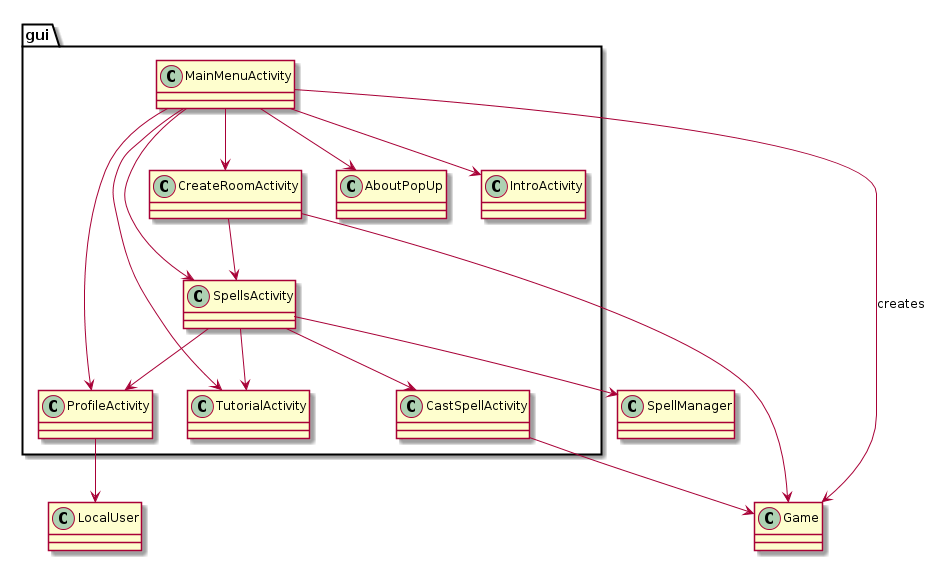
This is diagrams/class_diagram/gui.png from Solero93/Beer-Wizard, a PlantUML export, as it was before one commit. Source of this version:
```plantuml
@startuml
package gui{
	MainMenuActivity  -->  IntroActivity
	MainMenuActivity  -->  SpellsActivity
	MainMenuActivity  -->  CreateRoomActivity
	MainMenuActivity  -->  ProfileActivity
	MainMenuActivity  -->  TutorialActivity
	MainMenuActivity  -->  AboutPopUp
	CreateRoomActivity  -->  SpellsActivity
	SpellsActivity  -->  ProfileActivity
	SpellsActivity  -->  TutorialActivity
	SpellsActivity  -->  CastSpellActivity
}

MainMenuActivity --> Game : creates
CreateRoomActivity --> Game

SpellsActivity  -->  SpellManager
ProfileActivity --> LocalUser
CastSpellActivity --> Game

@enduml
```
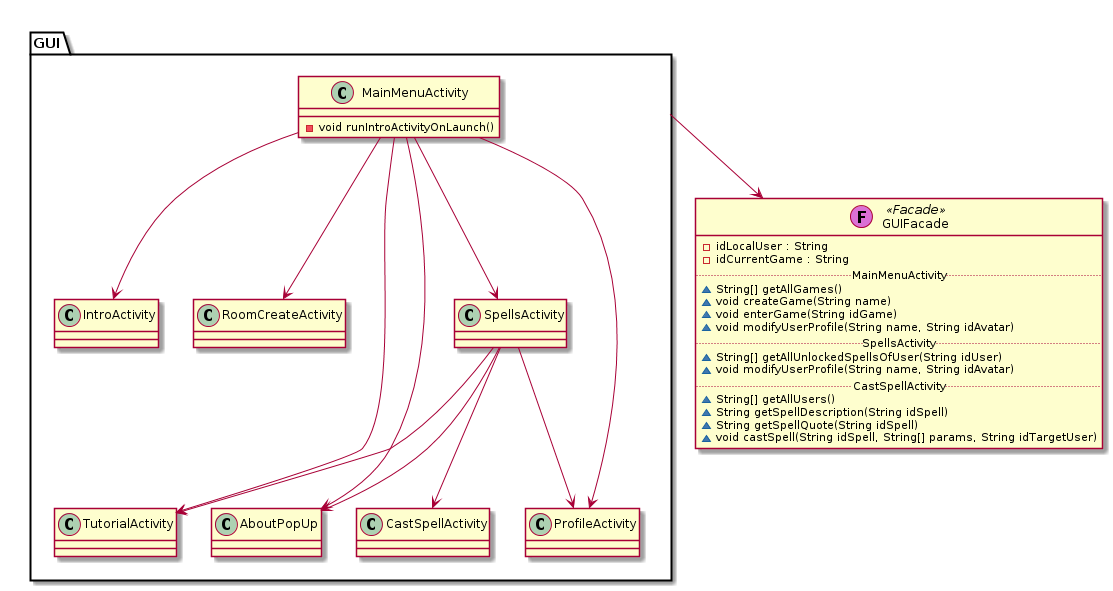
After the change.

Commit message:
Changed Class Diagram, added GUIFacade

What changed in the source:
```diff
@@ -1,22 +1,48 @@
 @startuml
-package gui{
+
+
+package GUI{
+	class CastSpellActivity{
+	}
+	class MainMenuActivity{
+		-void runIntroActivityOnLaunch()
+	}
+	class ProfileActivity{
+	}
+
+	class SpellsActivity{
+	}
+
 	MainMenuActivity  -->  IntroActivity
 	MainMenuActivity  -->  SpellsActivity
-	MainMenuActivity  -->  CreateRoomActivity
+	MainMenuActivity  -->  RoomCreateActivity
 	MainMenuActivity  -->  ProfileActivity
 	MainMenuActivity  -->  TutorialActivity
 	MainMenuActivity  -->  AboutPopUp
-	CreateRoomActivity  -->  SpellsActivity
 	SpellsActivity  -->  ProfileActivity
 	SpellsActivity  -->  TutorialActivity
 	SpellsActivity  -->  CastSpellActivity
+	SpellsActivity  -->  AboutPopUp
 }
 
-MainMenuActivity --> Game : creates
-CreateRoomActivity --> Game
+class GUIFacade <<(F,orchid) Facade>>{
+	-idLocalUser : String
+	-idCurrentGame : String
+	.. MainMenuActivity ..
+	~String[] getAllGames()
+	~void createGame(String name)
+	~void enterGame(String idGame)
+	~void modifyUserProfile(String name, String idAvatar)
+	.. SpellsActivity ..
+	~String[] getAllUnlockedSpellsOfUser(String idUser)
+	~void modifyUserProfile(String name, String idAvatar)
+	.. CastSpellActivity ..
+	~String[] getAllUsers()
+	~String getSpellDescription(String idSpell)
+	~String getSpellQuote(String idSpell)
+	~void castSpell(String idSpell, String[] params, String idTargetUser)
+}
 
-SpellsActivity  -->  SpellManager
-ProfileActivity --> LocalUser
-CastSpellActivity --> Game
+GUI --> GUIFacade
 
 @enduml
```
